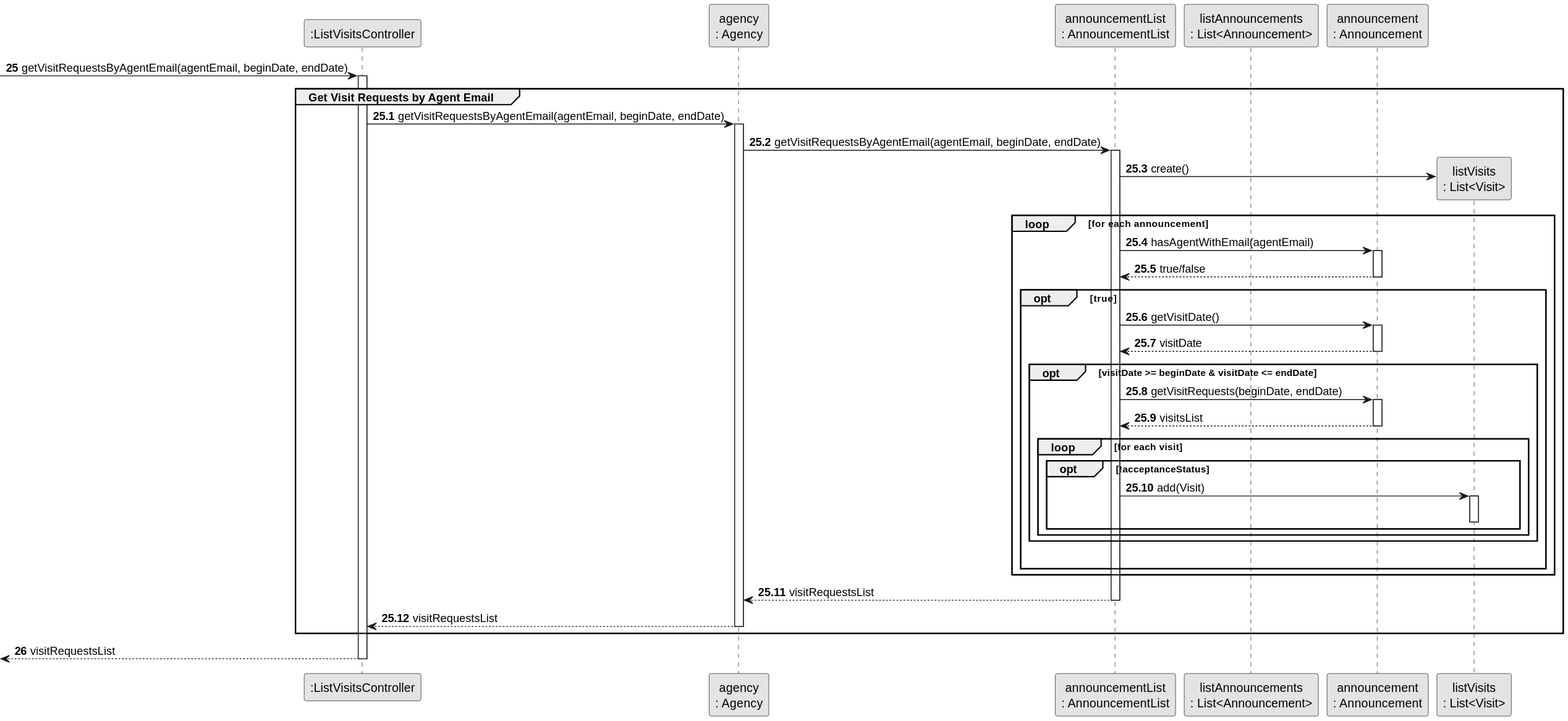
This is docs/sprintD/us015/03.design/svg/us015-sequence-diagram-partial-get-visit-requests-by-agent-email.svg from rita-barbosa/LAPR2-2223, a PlantUML export, as it was before one commit.
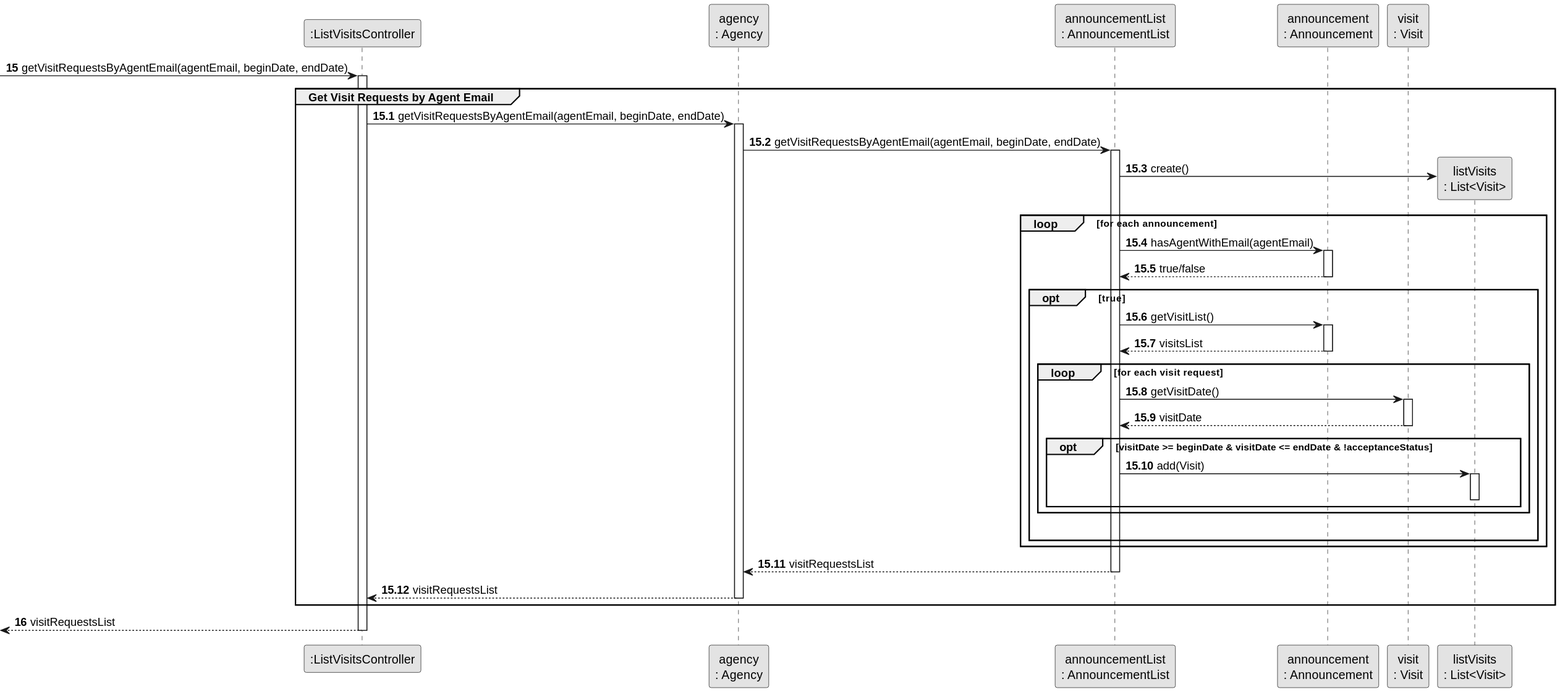
The same file after the commit.

Commit message:
Update Sequence Diagram (all) & Class Diagram + SVG's [US015][Design]

The edit, as a diff of the source:
```diff
@@ -9,14 +9,14 @@
 participant ":ListVisitsController" as CTRL
 participant "agency\n: Agency" as AGENCY
 participant "announcementList\n: AnnouncementList" as AnnList
-participant "listAnnouncements\n: List<Announcement>" as AnnounceList
 participant "announcement\n: Announcement" as Announce
+participant "visit\n: Visit" as Visit
 participant "listVisits\n: List<Visit>" as VisitList
 
-autonumber 25
+autonumber 15
 
  -> CTRL : getVisitRequestsByAgentEmail(agentEmail, beginDate, endDate)
-autonumber 25.1
+autonumber 15.1
 activate CTRL
     group Get Visit Requests by Agent Email
 
@@ -32,39 +32,39 @@
 
 
                          loop for each announcement
-                         AnnList -> Announce : hasAgentWithEmail(agentEmail)
-                         activate Announce
+                          AnnList -> Announce : hasAgentWithEmail(agentEmail)
+                          activate Announce
 
-                         Announce --> AnnList : true/false
-                         deactivate Announce
+                          Announce --> AnnList : true/false
+                          deactivate Announce
 
-                             opt true
-                             AnnList -> Announce : getVisitDate()
-                             activate Announce
+                              opt true
+                              AnnList -> Announce : getVisitList()
+                              activate Announce
 
-                             Announce --> AnnList : visitDate
-                             deactivate Announce
+                              Announce --> AnnList : visitsList
+                              deactivate Announce
 
+                              loop for each visit request
 
-                             opt visitDate >= beginDate & visitDate <= endDate
-                                AnnList -> Announce : getVisitRequests(beginDate, endDate)
-                                activate Announce
-                                Announce --> AnnList: visitsList
-                                deactivate Announce
+                              AnnList -> Visit : getVisitDate()
+                              activate Visit
 
+                              Visit --> AnnList : visitDate
+                              deactivate Visit
 
-                                loop for each visit
-                                    opt !acceptanceStatus
-                                       AnnList -> VisitList : add(Visit)
-                                        activate VisitList
-                                        deactivate VisitList
-                                    end opt
-                                end loop
-                            end opt
+                              opt visitDate >= beginDate & visitDate <= endDate & !acceptanceStatus
 
-                             |||
+                                        AnnList -> VisitList : add(Visit)
+                                         activate VisitList
+                                         deactivate VisitList
+
+                                 end loop
                              end opt
-                         end loop
+
+                              |||
+                              end opt
+                          end loop
 
                          AnnList --> AGENCY : visitRequestsList
                          deactivate AnnList
@@ -75,7 +75,7 @@
 
 
     end
-    autonumber 26
+    autonumber 16
     <-- CTRL  :  visitRequestsList
 deactivate CTRL
 @enduml
```
